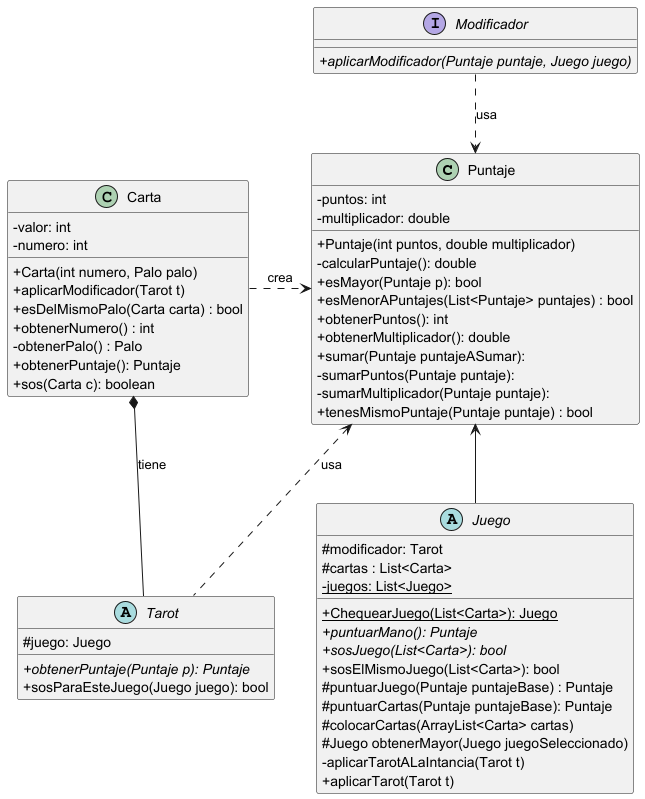
Earlier version of the PlantUML export diagrams/classes/Puntaje.png (facukresta/g06-tp2-2c-2024).
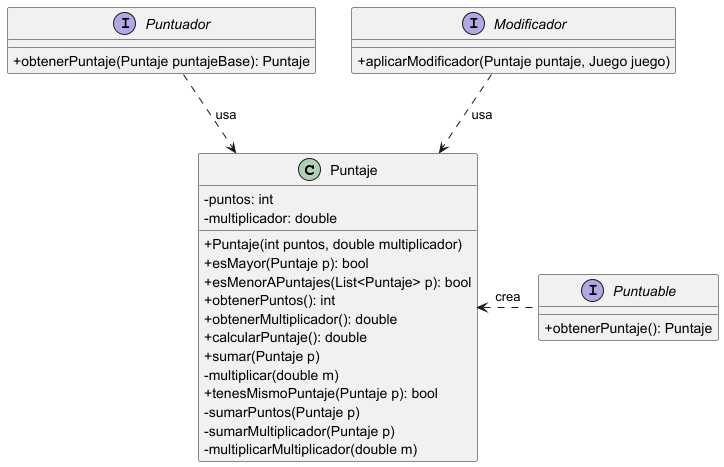
Later version of the same file.

What changed in the source:
```diff
@@ -5,61 +5,34 @@
 -puntos: int
 -multiplicador: double
 +Puntaje(int puntos, double multiplicador)
--calcularPuntaje(): double
 +esMayor(Puntaje p): bool
-+esMenorAPuntajes(List<Puntaje> puntajes) : bool
++esMenorAPuntajes(List<Puntaje> p): bool
 +obtenerPuntos(): int
 +obtenerMultiplicador(): double
-+sumar(Puntaje puntajeASumar):
--sumarPuntos(Puntaje puntaje):
--sumarMultiplicador(Puntaje puntaje):
-+tenesMismoPuntaje(Puntaje puntaje) : bool
++calcularPuntaje(): double
++sumar(Puntaje p)
+-multiplicar(double m)
++tenesMismoPuntaje(Puntaje p): bool
+-sumarPuntos(Puntaje p)
+-sumarMultiplicador(Puntaje p)
+-multiplicarMultiplicador(double m)
 }
 
-class Carta {
--valor: int
--numero: int
-+Carta(int numero, Palo palo)
-+aplicarModificador(Tarot t)
-+esDelMismoPalo(Carta carta) : bool
-+obtenerNumero() : int
--obtenerPalo() : Palo
-+obtenerPuntaje(): Puntaje
-+sos(Carta c): boolean
+interface Puntuador {
+    +obtenerPuntaje(Puntaje puntajeBase): Puntaje
 }
 
-abstract Juego {
-#modificador: Tarot
-#cartas : List<Carta>
--{static}juegos: List<Juego>
-+{static}ChequearJuego(List<Carta>): Juego
-+{abstract}puntuarMano(): Puntaje
-+{abstract}sosJuego(List<Carta>): bool
-+sosElMismoJuego(List<Carta>): bool
-#puntuarJuego(Puntaje puntajeBase) : Puntaje
-#puntuarCartas(Puntaje puntajeBase): Puntaje
-#colocarCartas(ArrayList<Carta> cartas)
-#Juego obtenerMayor(Juego juegoSeleccionado)
--aplicarTarotALaIntancia(Tarot t)
-+aplicarTarot(Tarot t)
+interface Puntuable {
+    +obtenerPuntaje(): Puntaje
 }
 
 interface Modificador{
-+{abstract} aplicarModificador(Puntaje puntaje, Juego juego)
++aplicarModificador(Puntaje puntaje, Juego juego)
 }
 
-abstract class Tarot{
-#juego: Juego
-+{abstract}obtenerPuntaje(Puntaje p): Puntaje
-+sosParaEsteJuego(Juego juego): bool
-}
-
-Carta *-- Tarot :tiene
+Modificador .down.> Puntaje: "usa"
+Puntuador .down.> Puntaje: "usa"
+Puntuable .left.> Puntaje: "crea"
 
 
-Tarot .up.> Puntaje: "usa"
-Modificador .down.> Puntaje: "usa"
-Juego -up-> Puntaje
-Puntaje <.left. Carta: "crea"
-
 @enduml
```
